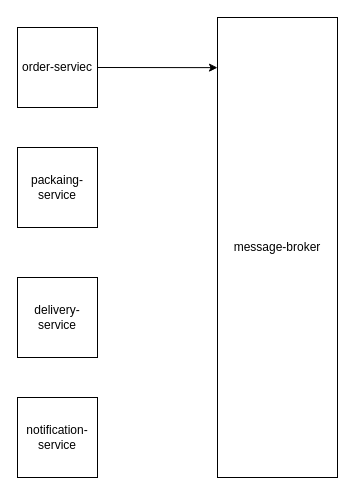
This is gke-demo-ecom.drawio from ankurdotcom/gke-demo-order-service, a draw.io file, before an edit. Source tidied: cells renumbered, new cells numbered last; positions are measured from the earlier drawing's top-left corner, leaving out a move shared by most shapes. Both pictures are drawn from the tidied source at 100%, with x=0, y=0 at pixel (17, 17).
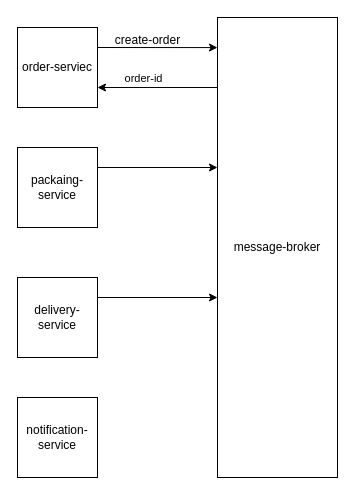
After the change.

What changed in the source:
```diff
@@
 <mxGraphModel>
   <root>
     <mxCell id="0" />
     <mxCell id="1" parent="0" />
+    <mxCell id="8" style="endArrow=classic;html=1;rounded=0;entryX=0;entryY=0.109;entryDx=0;entryDy=0;entryPerimeter=0;" parent="1" edge="1">
+      <mxGeometry relative="1" as="geometry">
+        <mxPoint x="200" y="70" as="sourcePoint" />
+        <mxPoint x="80" y="70" as="targetPoint" />
+      </mxGeometry>
+    </mxCell>
+    <mxCell id="9" value="order-id" style="edgeLabel;html=1;align=center;verticalAlign=middle;" parent="8" vertex="1">
+      <mxGeometry x="0.25" y="-3" relative="1" as="geometry">
+        <mxPoint y="-7" as="offset" />
+      </mxGeometry>
+    </mxCell>
     <mxCell id="2" value="order-serviec" style="whiteSpace=wrap;html=1;" parent="1" vertex="1">
       <mxGeometry y="10" width="80" height="80" as="geometry" />
     </mxCell>
     <mxCell id="3" value="message-broker" style="rounded=0;whiteSpace=wrap;html=1;" parent="1" vertex="1">
       <mxGeometry x="200" width="120" height="460" as="geometry" />
     </mxCell>
     <mxCell id="4" value="packaing-service" style="whiteSpace=wrap;html=1;" parent="1" vertex="1">
       <mxGeometry y="130" width="80" height="80" as="geometry" />
     </mxCell>
     <mxCell id="5" value="notification-service" style="whiteSpace=wrap;html=1;" parent="1" vertex="1">
       <mxGeometry y="380" width="80" height="80" as="geometry" />
     </mxCell>
     <mxCell id="6" value="delivery-service" style="whiteSpace=wrap;html=1;" parent="1" vertex="1">
       <mxGeometry y="260" width="80" height="80" as="geometry" />
     </mxCell>
-    <mxCell id="7" style="endArrow=classic;html=1;rounded=0;entryX=0;entryY=0.109;entryDx=0;entryDy=0;entryPerimeter=0;" parent="1" edge="1" target="3">
+    <mxCell id="7" style="endArrow=classic;html=1;rounded=0;entryX=0;entryY=0.109;entryDx=0;entryDy=0;entryPerimeter=0;" parent="1" edge="1">
       <mxGeometry relative="1" as="geometry">
-        <mxPoint x="80" y="50" as="sourcePoint" />
+        <mxPoint x="80" y="30" as="sourcePoint" />
+        <mxPoint x="200" y="30.1" as="targetPoint" />
       </mxGeometry>
     </mxCell>
+    <mxCell id="10" style="endArrow=classic;html=1;rounded=0;entryX=0;entryY=0.109;entryDx=0;entryDy=0;entryPerimeter=0;" parent="1" edge="1">
+      <mxGeometry relative="1" as="geometry">
+        <mxPoint x="80" y="150" as="sourcePoint" />
+        <mxPoint x="200" y="150" as="targetPoint" />
+      </mxGeometry>
+    </mxCell>
+    <mxCell id="11" style="endArrow=classic;html=1;rounded=0;entryX=0;entryY=0.109;entryDx=0;entryDy=0;entryPerimeter=0;" parent="1" edge="1">
+      <mxGeometry relative="1" as="geometry">
+        <mxPoint x="80" y="280" as="sourcePoint" />
+        <mxPoint x="200" y="280" as="targetPoint" />
+      </mxGeometry>
+    </mxCell>
+    <mxCell id="12" value="create-order" style="text;html=1;align=center;verticalAlign=middle;strokeColor=none;fillColor=none;" parent="1" vertex="1">
+      <mxGeometry x="85" y="8" width="90" height="30" as="geometry" />
+    </mxCell>
   </root>
 </mxGraphModel>
```
